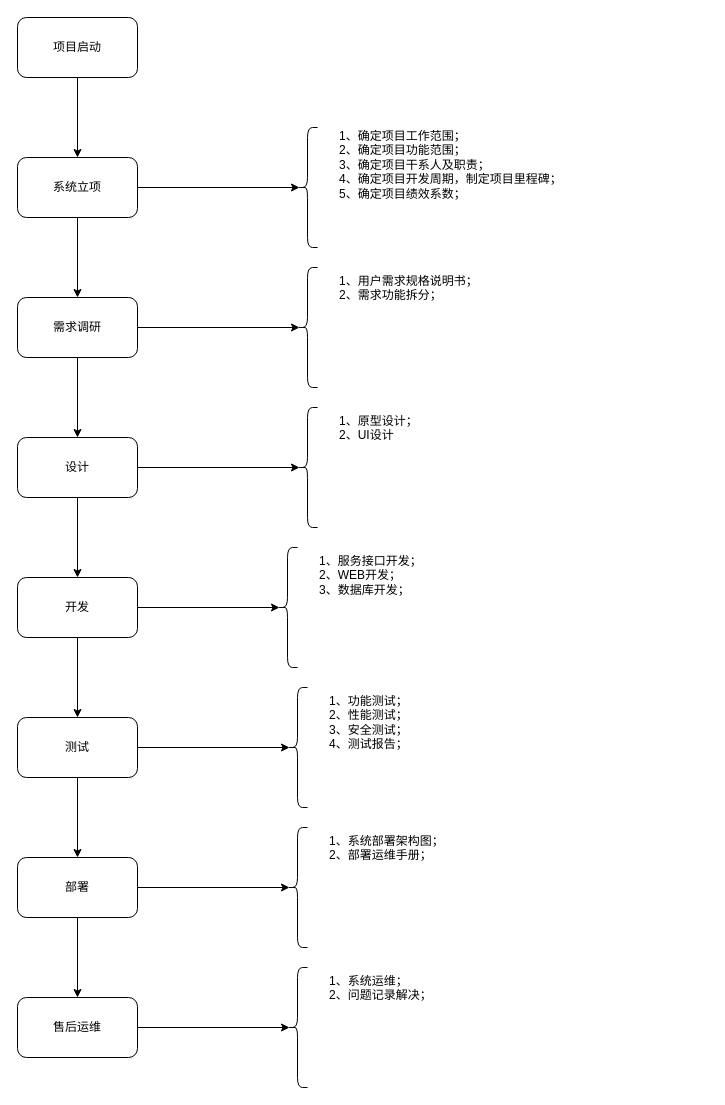
The draw.io diagram 项目管理&绩效考核.drawio in z-cloud-z/draw, before the edit. Source tidied: cells renumbered, new cells numbered last; positions are measured from the earlier drawing's top-left corner, leaving out a move shared by most shapes. Both pictures are drawn from the tidied source at 100%, with x=0, y=0 at pixel (17, 17).
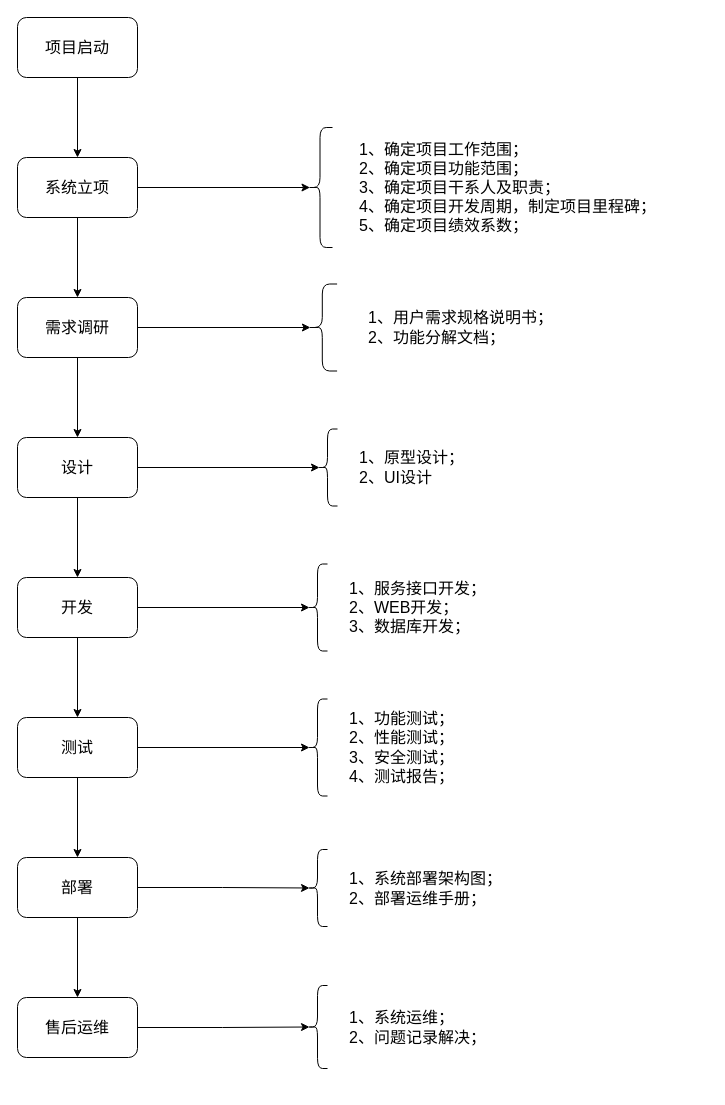
After the change.

Commit message:
更新项目管理&绩效考核.drawio

Change to the diagram source:
```diff
@@
-    <mxCell id="2" style="edgeStyle=orthogonalEdgeStyle;rounded=0;jettySize=auto;html=1;" parent="1" edge="1" source="3" target="5">
+    <mxCell id="2" style="edgeStyle=orthogonalEdgeStyle;rounded=0;jettySize=auto;html=1;fontSize=16;" parent="1" edge="1" source="3" target="5">
       <mxGeometry relative="1" as="geometry" />
     </mxCell>
-    <mxCell id="3" value="项目启动" style="rounded=1;whiteSpace=wrap;html=1;" parent="1" vertex="1">
+    <mxCell id="3" value="项目启动" style="rounded=1;whiteSpace=wrap;html=1;fontSize=16;" parent="1" vertex="1">
       <mxGeometry width="120" height="60" as="geometry" />
     </mxCell>
-    <mxCell id="4" style="edgeStyle=orthogonalEdgeStyle;rounded=0;jettySize=auto;html=1;" parent="1" edge="1" source="5" target="7">
+    <mxCell id="4" style="edgeStyle=orthogonalEdgeStyle;rounded=0;jettySize=auto;html=1;fontSize=16;" parent="1" edge="1" source="5" target="7">
       <mxGeometry relative="1" as="geometry" />
     </mxCell>
-    <mxCell id="5" value="系统立项" style="whiteSpace=wrap;html=1;rounded=1;" parent="1" vertex="1">
+    <mxCell id="5" value="系统立项" style="whiteSpace=wrap;html=1;rounded=1;fontSize=16;" parent="1" vertex="1">
       <mxGeometry y="140" width="120" height="60" as="geometry" />
     </mxCell>
-    <mxCell id="6" style="edgeStyle=orthogonalEdgeStyle;rounded=0;jettySize=auto;html=1;" parent="1" edge="1" source="7" target="9">
+    <mxCell id="6" style="edgeStyle=orthogonalEdgeStyle;rounded=0;jettySize=auto;html=1;fontSize=16;" parent="1" edge="1" source="7" target="9">
       <mxGeometry relative="1" as="geometry" />
     </mxCell>
-    <mxCell id="7" value="需求调研" style="whiteSpace=wrap;html=1;rounded=1;" parent="1" vertex="1">
+    <mxCell id="7" value="需求调研" style="whiteSpace=wrap;html=1;rounded=1;fontSize=16;" parent="1" vertex="1">
       <mxGeometry y="280" width="120" height="60" as="geometry" />
     </mxCell>
-    <mxCell id="8" style="edgeStyle=orthogonalEdgeStyle;rounded=0;jettySize=auto;html=1;" parent="1" edge="1" source="9" target="11">
+    <mxCell id="8" style="edgeStyle=orthogonalEdgeStyle;rounded=0;jettySize=auto;html=1;fontSize=16;" parent="1" edge="1" source="9" target="11">
       <mxGeometry relative="1" as="geometry" />
     </mxCell>
-    <mxCell id="9" value="设计" style="whiteSpace=wrap;html=1;rounded=1;" parent="1" vertex="1">
+    <mxCell id="9" value="设计" style="whiteSpace=wrap;html=1;rounded=1;fontSize=16;" parent="1" vertex="1">
       <mxGeometry y="420" width="120" height="60" as="geometry" />
     </mxCell>
-    <mxCell id="10" style="edgeStyle=orthogonalEdgeStyle;rounded=0;jettySize=auto;html=1;" parent="1" edge="1" source="11" target="13">
+    <mxCell id="10" style="edgeStyle=orthogonalEdgeStyle;rounded=0;jettySize=auto;html=1;fontSize=16;" parent="1" edge="1" source="11" target="13">
       <mxGeometry relative="1" as="geometry" />
     </mxCell>
-    <mxCell id="11" value="开发" style="whiteSpace=wrap;html=1;rounded=1;" parent="1" vertex="1">
+    <mxCell id="11" value="开发" style="whiteSpace=wrap;html=1;rounded=1;fontSize=16;" parent="1" vertex="1">
       <mxGeometry y="560" width="120" height="60" as="geometry" />
     </mxCell>
-    <mxCell id="12" style="edgeStyle=orthogonalEdgeStyle;rounded=0;jettySize=auto;html=1;" parent="1" edge="1" source="13" target="15">
+    <mxCell id="12" style="edgeStyle=orthogonalEdgeStyle;rounded=0;jettySize=auto;html=1;fontSize=16;" parent="1" edge="1" source="13" target="15">
       <mxGeometry relative="1" as="geometry" />
     </mxCell>
-    <mxCell id="13" value="测试" style="whiteSpace=wrap;html=1;rounded=1;" parent="1" vertex="1">
+    <mxCell id="13" value="测试" style="whiteSpace=wrap;html=1;rounded=1;fontSize=16;" parent="1" vertex="1">
       <mxGeometry y="700" width="120" height="60" as="geometry" />
     </mxCell>
-    <mxCell id="14" style="edgeStyle=orthogonalEdgeStyle;rounded=0;jettySize=auto;html=1;" parent="1" edge="1" source="15" target="16">
+    <mxCell id="14" style="edgeStyle=orthogonalEdgeStyle;rounded=0;jettySize=auto;html=1;fontSize=16;" parent="1" edge="1" source="15" target="16">
       <mxGeometry relative="1" as="geometry" />
     </mxCell>
-    <mxCell id="15" value="部署" style="whiteSpace=wrap;html=1;rounded=1;" parent="1" vertex="1">
+    <mxCell id="15" value="部署" style="whiteSpace=wrap;html=1;rounded=1;fontSize=16;" parent="1" vertex="1">
       <mxGeometry y="840" width="120" height="60" as="geometry" />
     </mxCell>
-    <mxCell id="16" value="售后运维" style="whiteSpace=wrap;html=1;rounded=1;" parent="1" vertex="1">
+    <mxCell id="16" value="售后运维" style="whiteSpace=wrap;html=1;rounded=1;fontSize=16;" parent="1" vertex="1">
       <mxGeometry y="980" width="120" height="60" as="geometry" />
     </mxCell>
-    <mxCell id="17" style="edgeStyle=orthogonalEdgeStyle;rounded=0;jettySize=auto;html=1;exitX=1;exitY=0.5;exitDx=0;exitDy=0;entryX=0.1;entryY=0.5;entryDx=0;entryDy=0;entryPerimeter=0;" parent="1" edge="1" source="5" target="19">
+    <mxCell id="17" style="edgeStyle=orthogonalEdgeStyle;rounded=0;jettySize=auto;html=1;exitX=1;exitY=0.5;exitDx=0;exitDy=0;entryX=0.1;entryY=0.5;entryDx=0;entryDy=0;entryPerimeter=0;fontSize=16;" parent="1" edge="1" source="5" target="19">
       <mxGeometry relative="1" as="geometry" />
     </mxCell>
-    <mxCell id="18" style="group;" parent="1" vertex="1">
-      <mxGeometry x="280" y="105" width="320" height="130" as="geometry" />
+    <mxCell id="18" style="group;fontSize=16;" parent="1" vertex="1">
+      <mxGeometry x="290" y="105" width="400" height="130" as="geometry" />
     </mxCell>
-    <mxCell id="19" style="shape=curlyBracket;whiteSpace=wrap;html=1;rounded=1;labelPosition=left;verticalLabelPosition=middle;align=right;verticalAlign=middle;" parent="18" vertex="1">
-      <mxGeometry y="5" width="20" height="120" as="geometry" />
+    <mxCell id="19" style="shape=curlyBracket;whiteSpace=wrap;html=1;rounded=1;labelPosition=left;verticalLabelPosition=middle;align=right;verticalAlign=middle;fontSize=16;" parent="18" vertex="1">
+      <mxGeometry y="5" width="25" height="120" as="geometry" />
     </mxCell>
-    <mxCell id="20" value="1、确定项目工作范围；&lt;br&gt;2、确定项目功能范围；&lt;br&gt;3、确定项目干系人及职责；&lt;br&gt;4、确定项目开发周期，制定项目里程碑；&lt;br&gt;5、确定项目绩效系数；" style="text;html=1;strokeColor=none;fillColor=none;align=left;verticalAlign=top;whiteSpace=wrap;rounded=0;horizontal=1;" parent="18" vertex="1">
-      <mxGeometry x="40" width="280" height="130" as="geometry" />
+    <mxCell id="20" value="&lt;p style=&quot;line-height: 120%;&quot;&gt;1、确定项目工作范围；&lt;br style=&quot;font-size: 16px;&quot;&gt;2、确定项目功能范围；&lt;br style=&quot;font-size: 16px;&quot;&gt;3、确定项目干系人及职责；&lt;br style=&quot;font-size: 16px;&quot;&gt;4、确定项目开发周期，制定项目里程碑；&lt;br style=&quot;font-size: 16px;&quot;&gt;5、确定项目绩效系数；&lt;/p&gt;" style="text;html=1;strokeColor=none;fillColor=none;align=left;verticalAlign=middle;whiteSpace=wrap;rounded=0;horizontal=1;fontSize=16;" parent="18" vertex="1">
+      <mxGeometry x="50" width="350" height="130" as="geometry" />
     </mxCell>
-    <mxCell id="21" style="edgeStyle=orthogonalEdgeStyle;rounded=0;jettySize=auto;html=1;entryX=0.1;entryY=0.5;entryDx=0;entryDy=0;entryPerimeter=0;" parent="1" edge="1" source="7" target="23">
+    <mxCell id="21" style="edgeStyle=orthogonalEdgeStyle;rounded=0;jettySize=auto;html=1;entryX=0.1;entryY=0.5;entryDx=0;entryDy=0;entryPerimeter=0;fontSize=16;" parent="1" edge="1" source="7" target="23">
       <mxGeometry relative="1" as="geometry" />
     </mxCell>
-    <mxCell id="22" style="group;" parent="1" vertex="1">
-      <mxGeometry x="280" y="250" width="250" height="120" as="geometry" />
+    <mxCell id="22" style="group;fontSize=16;verticalAlign=middle;" parent="1" vertex="1">
+      <mxGeometry x="290" y="266.5" width="370" height="87" as="geometry" />
     </mxCell>
-    <mxCell id="23" style="shape=curlyBracket;whiteSpace=wrap;html=1;rounded=1;labelPosition=left;verticalLabelPosition=middle;align=right;verticalAlign=middle;" parent="22" vertex="1">
-      <mxGeometry width="20" height="120" as="geometry" />
+    <mxCell id="23" style="shape=curlyBracket;whiteSpace=wrap;html=1;rounded=1;labelPosition=left;verticalLabelPosition=middle;align=right;verticalAlign=middle;fontSize=16;" parent="22" vertex="1">
+      <mxGeometry width="29.6" height="87" as="geometry" />
     </mxCell>
-    <mxCell id="24" value="1、用户需求规格说明书；&lt;br&gt;2、需求功能拆分；" style="text;html=1;strokeColor=none;fillColor=none;align=left;verticalAlign=top;whiteSpace=wrap;rounded=0;" parent="22" vertex="1">
-      <mxGeometry x="40" width="210" height="120" as="geometry" />
+    <mxCell id="24" value="1、用户需求规格说明书；&lt;br style=&quot;font-size: 16px;&quot;&gt;2、功能分解文档；" style="text;html=1;strokeColor=none;fillColor=none;align=left;verticalAlign=middle;whiteSpace=wrap;rounded=0;fontSize=16;" parent="22" vertex="1">
+      <mxGeometry x="59.2" width="310.8" height="87" as="geometry" />
     </mxCell>
-    <mxCell id="25" style="group;" parent="1" vertex="1">
-      <mxGeometry x="280" y="390" width="250" height="120" as="geometry" />
+    <mxCell id="25" style="group;fontSize=16;" parent="1" vertex="1">
+      <mxGeometry x="300" y="411.5" width="250" height="77" as="geometry" />
     </mxCell>
-    <mxCell id="26" style="shape=curlyBracket;whiteSpace=wrap;html=1;rounded=1;labelPosition=left;verticalLabelPosition=middle;align=right;verticalAlign=middle;" parent="25" vertex="1">
-      <mxGeometry width="20" height="120" as="geometry" />
+    <mxCell id="26" style="shape=curlyBracket;whiteSpace=wrap;html=1;rounded=1;labelPosition=left;verticalLabelPosition=middle;align=right;verticalAlign=middle;fontSize=16;" parent="25" vertex="1">
+      <mxGeometry width="20" height="77" as="geometry" />
     </mxCell>
-    <mxCell id="27" value="1、原型设计；&lt;br&gt;2、UI设计" style="text;html=1;strokeColor=none;fillColor=none;align=left;verticalAlign=top;whiteSpace=wrap;rounded=0;" parent="25" vertex="1">
-      <mxGeometry x="40" width="210" height="120" as="geometry" />
+    <mxCell id="27" value="1、原型设计；&lt;br style=&quot;font-size: 16px;&quot;&gt;2、UI设计" style="text;html=1;strokeColor=none;fillColor=none;align=left;verticalAlign=middle;whiteSpace=wrap;rounded=0;fontSize=16;" parent="25" vertex="1">
+      <mxGeometry x="40" width="210" height="77" as="geometry" />
     </mxCell>
-    <mxCell id="28" style="edgeStyle=orthogonalEdgeStyle;rounded=0;jettySize=auto;html=1;entryX=0.1;entryY=0.5;entryDx=0;entryDy=0;entryPerimeter=0;" parent="1" edge="1" source="9" target="26">
+    <mxCell id="28" style="edgeStyle=orthogonalEdgeStyle;rounded=0;jettySize=auto;html=1;entryX=0.1;entryY=0.5;entryDx=0;entryDy=0;entryPerimeter=0;fontSize=16;" parent="1" edge="1" source="9" target="26">
       <mxGeometry relative="1" as="geometry" />
     </mxCell>
-    <mxCell id="29" style="group;" parent="1" vertex="1">
-      <mxGeometry x="260" y="530" width="250" height="120" as="geometry" />
+    <mxCell id="29" style="group;fontSize=16;verticalAlign=middle;" parent="1" vertex="1">
+      <mxGeometry x="290" y="546.5" width="250" height="87" as="geometry" />
     </mxCell>
-    <mxCell id="30" style="shape=curlyBracket;whiteSpace=wrap;html=1;rounded=1;labelPosition=left;verticalLabelPosition=middle;align=right;verticalAlign=middle;" parent="29" vertex="1">
-      <mxGeometry width="20" height="120" as="geometry" />
+    <mxCell id="30" style="shape=curlyBracket;whiteSpace=wrap;html=1;rounded=1;labelPosition=left;verticalLabelPosition=middle;align=right;verticalAlign=middle;fontSize=16;" parent="29" vertex="1">
+      <mxGeometry width="20" height="87" as="geometry" />
     </mxCell>
-    <mxCell id="31" value="1、服务接口开发；&lt;br&gt;2、WEB开发；&lt;br&gt;3、数据库开发；" style="text;html=1;strokeColor=none;fillColor=none;align=left;verticalAlign=top;whiteSpace=wrap;rounded=0;" parent="29" vertex="1">
-      <mxGeometry x="40" width="210" height="120" as="geometry" />
+    <mxCell id="31" value="1、服务接口开发；&lt;br style=&quot;font-size: 16px;&quot;&gt;2、WEB开发；&lt;br style=&quot;font-size: 16px;&quot;&gt;3、数据库开发；" style="text;html=1;strokeColor=none;fillColor=none;align=left;verticalAlign=middle;whiteSpace=wrap;rounded=0;fontSize=16;" parent="29" vertex="1">
+      <mxGeometry x="40" width="210" height="87" as="geometry" />
     </mxCell>
-    <mxCell id="32" style="edgeStyle=orthogonalEdgeStyle;rounded=0;jettySize=auto;html=1;entryX=0.1;entryY=0.5;entryDx=0;entryDy=0;entryPerimeter=0;" parent="1" edge="1" source="11" target="30">
+    <mxCell id="32" style="edgeStyle=orthogonalEdgeStyle;rounded=0;jettySize=auto;html=1;entryX=0.1;entryY=0.5;entryDx=0;entryDy=0;entryPerimeter=0;fontSize=16;" parent="1" edge="1" source="11" target="30">
       <mxGeometry relative="1" as="geometry" />
     </mxCell>
-    <mxCell id="33" style="group;" parent="1" vertex="1">
-      <mxGeometry x="270" y="670" width="250" height="120" as="geometry" />
+    <mxCell id="33" style="group;fontSize=16;" parent="1" vertex="1">
+      <mxGeometry x="290" y="681.5" width="250" height="97" as="geometry" />
     </mxCell>
-    <mxCell id="34" style="shape=curlyBracket;whiteSpace=wrap;html=1;rounded=1;labelPosition=left;verticalLabelPosition=middle;align=right;verticalAlign=middle;" parent="33" vertex="1">
-      <mxGeometry width="20" height="120" as="geometry" />
+    <mxCell id="34" style="shape=curlyBracket;whiteSpace=wrap;html=1;rounded=1;labelPosition=left;verticalLabelPosition=middle;align=right;verticalAlign=middle;fontSize=16;" parent="33" vertex="1">
+      <mxGeometry width="20" height="97" as="geometry" />
     </mxCell>
-    <mxCell id="35" value="1、功能测试；&lt;br&gt;2、性能测试；&lt;br&gt;3、安全测试；&lt;br&gt;4、测试报告；" style="text;html=1;strokeColor=none;fillColor=none;align=left;verticalAlign=top;whiteSpace=wrap;rounded=0;" parent="33" vertex="1">
-      <mxGeometry x="40" width="210" height="120" as="geometry" />
+    <mxCell id="35" value="1、功能测试；&lt;br style=&quot;font-size: 16px;&quot;&gt;2、性能测试；&lt;br style=&quot;font-size: 16px;&quot;&gt;3、安全测试；&lt;br style=&quot;font-size: 16px;&quot;&gt;4、测试报告；" style="text;html=1;strokeColor=none;fillColor=none;align=left;verticalAlign=middle;whiteSpace=wrap;rounded=0;fontSize=16;" parent="33" vertex="1">
+      <mxGeometry x="40" width="210" height="97" as="geometry" />
     </mxCell>
-    <mxCell id="36" style="edgeStyle=orthogonalEdgeStyle;rounded=0;jettySize=auto;html=1;entryX=0.1;entryY=0.5;entryDx=0;entryDy=0;entryPerimeter=0;" parent="1" edge="1" source="13" target="34">
+    <mxCell id="36" style="edgeStyle=orthogonalEdgeStyle;rounded=0;jettySize=auto;html=1;entryX=0.1;entryY=0.5;entryDx=0;entryDy=0;entryPerimeter=0;fontSize=16;" parent="1" edge="1" source="13" target="34">
       <mxGeometry relative="1" as="geometry" />
     </mxCell>
-    <mxCell id="37" style="group;" parent="1" vertex="1">
-      <mxGeometry x="270" y="810" width="250" height="120" as="geometry" />
+    <mxCell id="37" style="group;fontSize=16;" parent="1" vertex="1">
+      <mxGeometry x="290" y="832" width="250" height="77" as="geometry" />
     </mxCell>
-    <mxCell id="38" style="shape=curlyBracket;whiteSpace=wrap;html=1;rounded=1;labelPosition=left;verticalLabelPosition=middle;align=right;verticalAlign=middle;" parent="37" vertex="1">
-      <mxGeometry width="20" height="120" as="geometry" />
+    <mxCell id="38" style="shape=curlyBracket;whiteSpace=wrap;html=1;rounded=1;labelPosition=left;verticalLabelPosition=middle;align=right;verticalAlign=middle;fontSize=16;" parent="37" vertex="1">
+      <mxGeometry width="20" height="77" as="geometry" />
     </mxCell>
-    <mxCell id="39" value="1、系统部署架构图；&lt;br&gt;2、部署运维手册；" style="text;html=1;strokeColor=none;fillColor=none;align=left;verticalAlign=top;whiteSpace=wrap;rounded=0;" parent="37" vertex="1">
-      <mxGeometry x="40" width="210" height="120" as="geometry" />
+    <mxCell id="39" value="1、系统部署架构图；&lt;br style=&quot;font-size: 16px;&quot;&gt;2、部署运维手册；" style="text;html=1;strokeColor=none;fillColor=none;align=left;verticalAlign=middle;whiteSpace=wrap;rounded=0;fontSize=16;" parent="37" vertex="1">
+      <mxGeometry x="40" width="210" height="77" as="geometry" />
     </mxCell>
-    <mxCell id="40" style="edgeStyle=orthogonalEdgeStyle;rounded=0;jettySize=auto;html=1;entryX=0.1;entryY=0.5;entryDx=0;entryDy=0;entryPerimeter=0;" parent="1" edge="1" source="15" target="38">
+    <mxCell id="40" style="edgeStyle=orthogonalEdgeStyle;rounded=0;jettySize=auto;html=1;entryX=0.1;entryY=0.5;entryDx=0;entryDy=0;entryPerimeter=0;fontSize=16;" parent="1" edge="1" source="15" target="38">
       <mxGeometry relative="1" as="geometry" />
     </mxCell>
-    <mxCell id="41" style="group;" parent="1" vertex="1">
-      <mxGeometry x="270" y="950" width="250" height="120" as="geometry" />
+    <mxCell id="41" style="group;fontSize=16;" parent="1" vertex="1">
+      <mxGeometry x="290" y="968" width="250" height="83" as="geometry" />
     </mxCell>
-    <mxCell id="42" style="shape=curlyBracket;whiteSpace=wrap;html=1;rounded=1;labelPosition=left;verticalLabelPosition=middle;align=right;verticalAlign=middle;" parent="41" vertex="1">
-      <mxGeometry width="20" height="120" as="geometry" />
+    <mxCell id="42" style="shape=curlyBracket;whiteSpace=wrap;html=1;rounded=1;labelPosition=left;verticalLabelPosition=middle;align=right;verticalAlign=middle;fontSize=16;" parent="41" vertex="1">
+      <mxGeometry width="20" height="83" as="geometry" />
     </mxCell>
-    <mxCell id="43" value="1、系统运维；&lt;br&gt;2、问题记录解决；" style="text;html=1;strokeColor=none;fillColor=none;align=left;verticalAlign=top;whiteSpace=wrap;rounded=0;" parent="41" vertex="1">
-      <mxGeometry x="40" width="210" height="120" as="geometry" />
+    <mxCell id="43" value="1、系统运维；&lt;br style=&quot;font-size: 16px;&quot;&gt;2、问题记录解决；" style="text;html=1;strokeColor=none;fillColor=none;align=left;verticalAlign=middle;whiteSpace=wrap;rounded=0;fontSize=16;" parent="41" vertex="1">
+      <mxGeometry x="40" width="210" height="83" as="geometry" />
     </mxCell>
-    <mxCell id="44" style="edgeStyle=orthogonalEdgeStyle;rounded=0;jettySize=auto;html=1;entryX=0.1;entryY=0.5;entryDx=0;entryDy=0;entryPerimeter=0;" parent="1" edge="1" source="16" target="42">
+    <mxCell id="44" style="edgeStyle=orthogonalEdgeStyle;rounded=0;jettySize=auto;html=1;entryX=0.1;entryY=0.5;entryDx=0;entryDy=0;entryPerimeter=0;fontSize=16;" parent="1" edge="1" source="16" target="42">
       <mxGeometry relative="1" as="geometry" />
     </mxCell>
```
